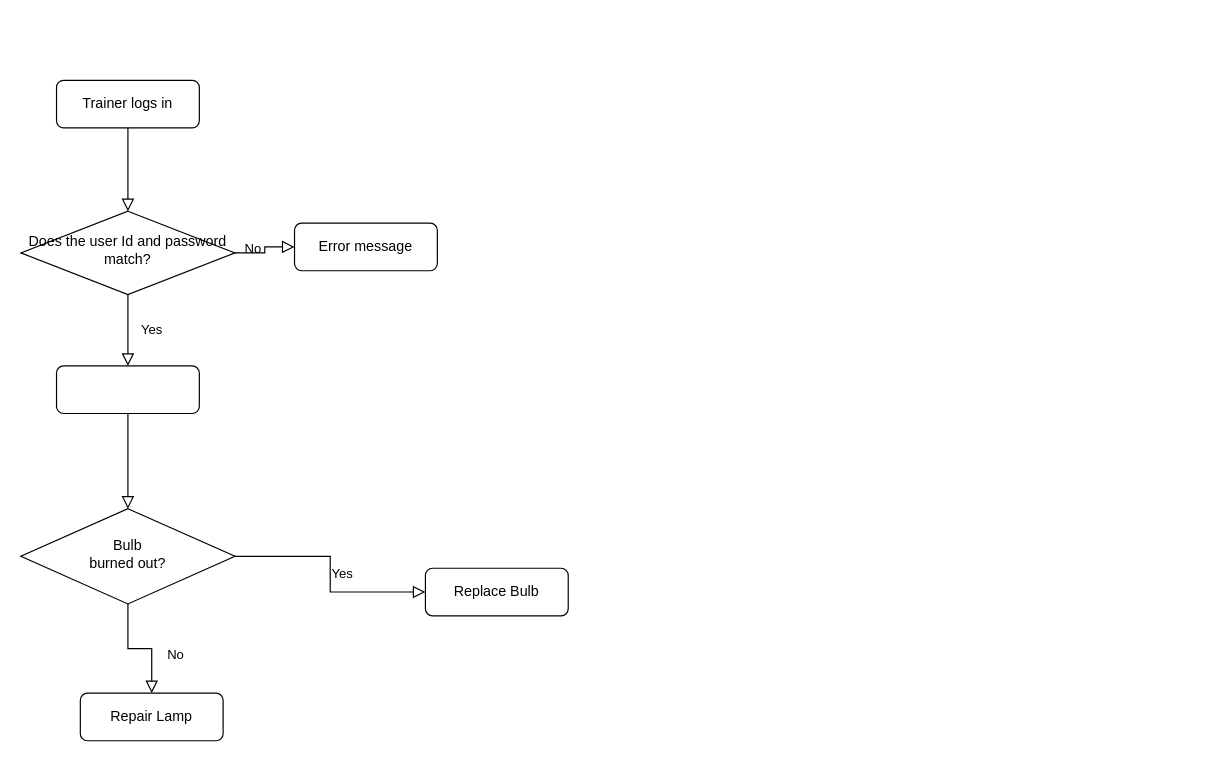
The draw.io diagram flowchart.drawio in jimvic37/Jump-Jun-23-Capstone-Team1, before the edit. Source tidied: cells renumbered, new cells numbered last; positions are measured from the earlier drawing's top-left corner, leaving out a move shared by most shapes. Both pictures are drawn from the tidied source at 119%, with x=0, y=0 at pixel (20, 80).
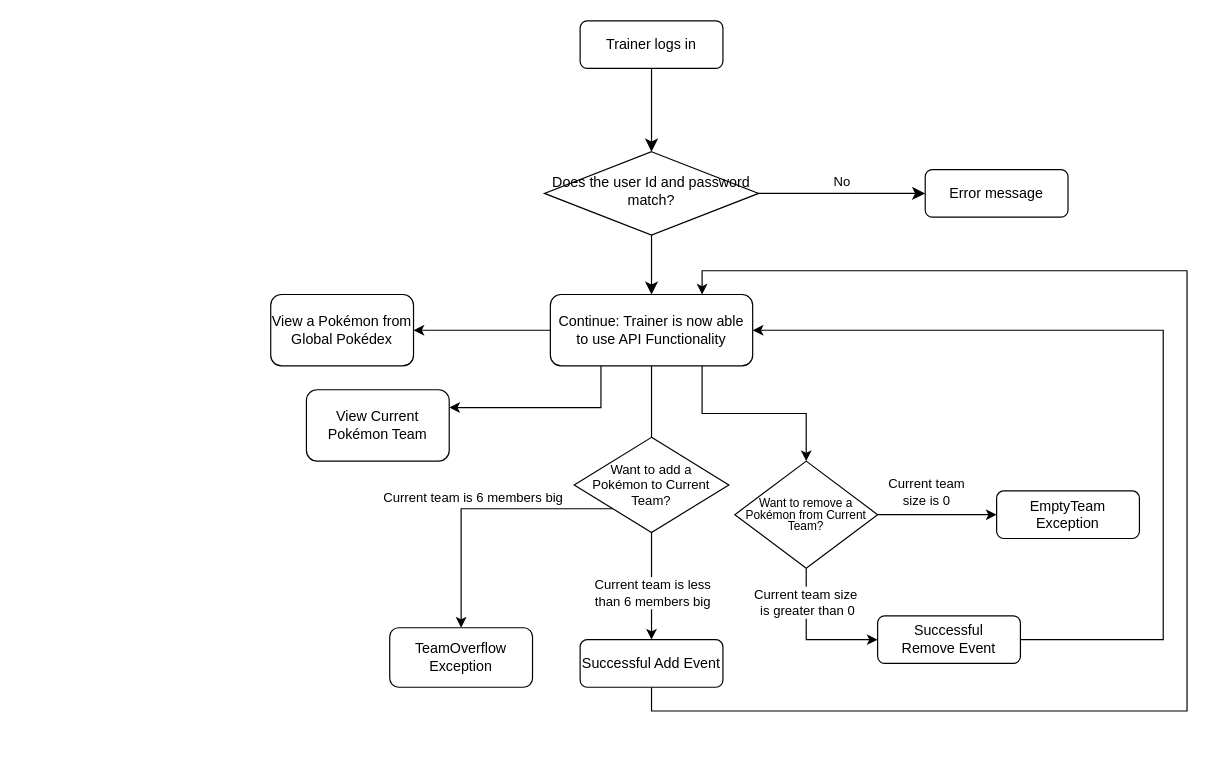
The same diagram, later.

What changed in the source:
```diff
@@
-    <mxCell id="2" style="rounded=0;html=1;jettySize=auto;fontSize=11;endArrow=block;endFill=0;endSize=8;strokeWidth=1;shadow=0;labelBackgroundColor=none;edgeStyle=orthogonalEdgeStyle;" parent="1" edge="1" source="3" target="6">
+    <mxCell id="2" style="rounded=0;html=1;jettySize=auto;fontSize=11;endArrow=classic;endFill=1;endSize=8;strokeWidth=1;shadow=0;labelBackgroundColor=none;edgeStyle=orthogonalEdgeStyle;" parent="1" edge="1" source="3" target="6">
       <mxGeometry relative="1" as="geometry" />
     </mxCell>
     <mxCell id="3" value="Trainer logs in" style="rounded=1;whiteSpace=wrap;html=1;fontSize=12;glass=0;strokeWidth=1;shadow=0;" parent="1" vertex="1">
-      <mxGeometry x="30" width="120" height="40" as="geometry" />
+      <mxGeometry x="470" y="-50" width="120" height="40" as="geometry" />
     </mxCell>
-    <mxCell id="4" value="Yes" style="rounded=0;html=1;jettySize=auto;fontSize=11;endArrow=block;endFill=0;endSize=8;strokeWidth=1;shadow=0;labelBackgroundColor=none;edgeStyle=orthogonalEdgeStyle;" parent="1" edge="1" source="14" target="10">
+    <mxCell id="4" style="rounded=0;html=1;jettySize=auto;fontSize=11;endArrow=classic;endFill=1;strokeWidth=1;shadow=0;labelBackgroundColor=none;edgeStyle=orthogonalEdgeStyle;entryX=1;entryY=0.5;entryDx=0;entryDy=0;" parent="1" edge="1" source="14" target="28">
       <mxGeometry x="-1" y="73" relative="1" as="geometry">
         <mxPoint x="-53" y="-70" as="offset" />
       </mxGeometry>
     </mxCell>
-    <mxCell id="5" value="No" style="edgeStyle=orthogonalEdgeStyle;rounded=0;html=1;jettySize=auto;fontSize=11;endArrow=block;endFill=0;endSize=8;strokeWidth=1;shadow=0;labelBackgroundColor=none;" parent="1" edge="1" source="6" target="7">
+    <mxCell id="5" value="No" style="edgeStyle=orthogonalEdgeStyle;rounded=0;html=1;jettySize=auto;fontSize=11;endArrow=classic;endFill=1;endSize=8;strokeWidth=1;shadow=0;labelBackgroundColor=none;" parent="1" edge="1" source="6" target="7">
       <mxGeometry y="10" relative="1" as="geometry" />
     </mxCell>
     <mxCell id="6" value="Does the user Id and password match?" style="rhombus;whiteSpace=wrap;html=1;shadow=0;fontFamily=Helvetica;fontSize=12;align=center;strokeWidth=1;spacing=6;spacingTop=-4;" parent="1" vertex="1">
-      <mxGeometry y="110" width="180" height="70" as="geometry" />
+      <mxGeometry x="440" y="60" width="180" height="70" as="geometry" />
     </mxCell>
     <mxCell id="7" value="Error message" style="rounded=1;whiteSpace=wrap;html=1;fontSize=12;glass=0;strokeWidth=1;shadow=0;" parent="1" vertex="1">
-      <mxGeometry x="230" y="120" width="120" height="40" as="geometry" />
+      <mxGeometry x="760" y="75" width="120" height="40" as="geometry" />
     </mxCell>
-    <mxCell id="8" value="No" style="rounded=0;html=1;jettySize=auto;fontSize=11;endArrow=block;endFill=0;endSize=8;strokeWidth=1;shadow=0;labelBackgroundColor=none;edgeStyle=orthogonalEdgeStyle;" parent="1" edge="1" source="10" target="11">
-      <mxGeometry x="0.33" y="20" relative="1" as="geometry" />
-    </mxCell>
-    <mxCell id="9" value="Yes" style="edgeStyle=orthogonalEdgeStyle;rounded=0;html=1;jettySize=auto;fontSize=11;endArrow=block;endFill=0;endSize=8;strokeWidth=1;shadow=0;labelBackgroundColor=none;" parent="1" edge="1" source="10" target="12">
-      <mxGeometry y="10" relative="1" as="geometry" />
-    </mxCell>
-    <mxCell id="10" value="Bulb&lt;br&gt;burned out?" style="rhombus;whiteSpace=wrap;html=1;shadow=0;fontFamily=Helvetica;fontSize=12;align=center;strokeWidth=1;spacing=6;spacingTop=-4;" parent="1" vertex="1">
-      <mxGeometry y="360" width="180" height="80" as="geometry" />
-    </mxCell>
-    <mxCell id="11" value="Repair Lamp" style="rounded=1;whiteSpace=wrap;html=1;fontSize=12;glass=0;strokeWidth=1;shadow=0;" parent="1" vertex="1">
-      <mxGeometry x="50" y="515" width="120" height="40" as="geometry" />
-    </mxCell>
-    <mxCell id="12" value="Replace Bulb" style="rounded=1;whiteSpace=wrap;html=1;fontSize=12;glass=0;strokeWidth=1;shadow=0;" parent="1" vertex="1">
-      <mxGeometry x="340" y="410" width="120" height="40" as="geometry" />
-    </mxCell>
-    <mxCell id="13" style="rounded=0;html=1;jettySize=auto;fontSize=11;endArrow=block;endFill=0;endSize=8;strokeWidth=1;shadow=0;labelBackgroundColor=none;edgeStyle=orthogonalEdgeStyle;" parent="1" edge="1" source="6" target="14">
+    <mxCell id="13" style="rounded=0;html=1;jettySize=auto;fontSize=11;endArrow=classic;endFill=1;endSize=8;strokeWidth=1;shadow=0;labelBackgroundColor=none;edgeStyle=orthogonalEdgeStyle;" parent="1" edge="1" source="6" target="14">
       <mxGeometry y="20" relative="1" as="geometry" />
     </mxCell>
+    <mxCell id="15" style="edgeStyle=orthogonalEdgeStyle;rounded=0;jettySize=auto;html=1;exitX=0.25;exitY=1;exitDx=0;exitDy=0;entryX=0.25;entryY=0;entryDx=0;entryDy=0;" parent="1" edge="1" source="14" target="29">
+      <mxGeometry relative="1" as="geometry" />
+    </mxCell>
+    <mxCell id="16" style="edgeStyle=orthogonalEdgeStyle;rounded=0;jettySize=auto;html=1;exitX=0.5;exitY=1;exitDx=0;exitDy=0;entryX=0.5;entryY=0;entryDx=0;entryDy=0;" parent="1" edge="1" source="14" target="22">
+      <mxGeometry relative="1" as="geometry">
+        <Array as="points">
+          <mxPoint x="530" y="340" />
+          <mxPoint x="530" y="340" />
+        </Array>
+      </mxGeometry>
+    </mxCell>
+    <mxCell id="17" style="edgeStyle=orthogonalEdgeStyle;rounded=0;jettySize=auto;html=1;exitX=0.75;exitY=1;exitDx=0;exitDy=0;entryX=0.5;entryY=0;entryDx=0;entryDy=0;" parent="1" edge="1" source="14" target="27">
+      <mxGeometry relative="1" as="geometry" />
+    </mxCell>
-    <mxCell id="14" style="rounded=1;whiteSpace=wrap;html=1;fontSize=12;glass=0;strokeWidth=1;shadow=0;" parent="1" vertex="1">
-      <mxGeometry x="30" y="240" width="120" height="40" as="geometry" />
+    <mxCell id="14" value="Continue: Trainer is now able to use API Functionality" style="rounded=1;whiteSpace=wrap;html=1;fontSize=12;glass=0;strokeWidth=1;shadow=0;" parent="1" vertex="1">
+      <mxGeometry x="445" y="180" width="170" height="60" as="geometry" />
     </mxCell>
+    <mxCell id="18" style="edgeStyle=orthogonalEdgeStyle;rounded=0;jettySize=auto;html=1;exitX=0;exitY=1;exitDx=0;exitDy=0;entryX=0.5;entryY=0;entryDx=0;entryDy=0;" parent="1" edge="1" source="22" target="30">
+      <mxGeometry relative="1" as="geometry" />
+    </mxCell>
+    <mxCell id="19" value="Current team is 6 members big" style="edgeLabel;html=1;align=center;verticalAlign=middle;" parent="18" vertex="1">
+      <mxGeometry x="-0.21" y="1" relative="1" as="geometry">
+        <mxPoint x="-28" y="-11" as="offset" />
+      </mxGeometry>
+    </mxCell>
+    <mxCell id="20" style="edgeStyle=orthogonalEdgeStyle;rounded=0;jettySize=auto;html=1;exitX=0.5;exitY=1;exitDx=0;exitDy=0;entryX=0.5;entryY=0;entryDx=0;entryDy=0;" parent="1" edge="1" source="22" target="32">
+      <mxGeometry relative="1" as="geometry" />
+    </mxCell>
+    <mxCell id="21" value="&lt;div&gt;Current team is less&lt;/div&gt;&lt;div&gt;than 6 members big&lt;/div&gt;" style="edgeLabel;html=1;align=center;verticalAlign=middle;" parent="20" vertex="1">
+      <mxGeometry x="-0.33" relative="1" as="geometry">
+        <mxPoint y="20" as="offset" />
+      </mxGeometry>
+    </mxCell>
+    <mxCell id="22" value="&lt;div style=&quot;font-size: 11px;&quot;&gt;&lt;font style=&quot;font-size: 11px;&quot;&gt;Want to add a&lt;/font&gt;&lt;/div&gt;&lt;div style=&quot;font-size: 11px;&quot;&gt;&lt;font style=&quot;font-size: 11px;&quot;&gt;Pokémon to Current Team?&lt;font style=&quot;font-size: 11px;&quot;&gt;&lt;br&gt;&lt;/font&gt;&lt;/font&gt;&lt;/div&gt;" style="rhombus;whiteSpace=wrap;html=1;" parent="1" vertex="1">
+      <mxGeometry x="465" y="300" width="130" height="80" as="geometry" />
+    </mxCell>
+    <mxCell id="23" style="edgeStyle=orthogonalEdgeStyle;rounded=0;jettySize=auto;html=1;exitX=1;exitY=0.5;exitDx=0;exitDy=0;entryX=0;entryY=0.5;entryDx=0;entryDy=0;" parent="1" edge="1" source="27" target="33">
+      <mxGeometry relative="1" as="geometry" />
+    </mxCell>
+    <mxCell id="24" value="&lt;div&gt;Current team&lt;/div&gt;&lt;div&gt;size is 0&lt;/div&gt;" style="edgeLabel;html=1;align=center;verticalAlign=middle;" parent="23" vertex="1">
+      <mxGeometry x="-0.5" y="3" relative="1" as="geometry">
+        <mxPoint x="15" y="-17" as="offset" />
+      </mxGeometry>
+    </mxCell>
+    <mxCell id="25" style="edgeStyle=orthogonalEdgeStyle;rounded=0;jettySize=auto;html=1;exitX=0.5;exitY=1;exitDx=0;exitDy=0;entryX=0;entryY=0.5;entryDx=0;entryDy=0;" parent="1" edge="1" source="27" target="35">
+      <mxGeometry relative="1" as="geometry" />
+    </mxCell>
+    <mxCell id="26" value="&lt;div&gt;Current team size&amp;nbsp;&lt;/div&gt;&lt;div&gt;is greater than 0&lt;/div&gt;" style="edgeLabel;html=1;align=center;verticalAlign=middle;" parent="25" vertex="1">
+      <mxGeometry x="-0.53" relative="1" as="geometry" />
+    </mxCell>
+    <mxCell id="27" value="&lt;p style=&quot;line-height: 80%;&quot;&gt;&lt;font style=&quot;font-size: 10px;&quot;&gt;Want to remove a Pokémon from Current Team?&lt;/font&gt;&lt;/p&gt;" style="rhombus;whiteSpace=wrap;html=1;" parent="1" vertex="1">
+      <mxGeometry x="600" y="320" width="120" height="90" as="geometry" />
+    </mxCell>
+    <mxCell id="28" value="View a Pokémon from Global Pokédex" style="rounded=1;whiteSpace=wrap;html=1;" parent="1" vertex="1">
+      <mxGeometry x="210" y="180" width="120" height="60" as="geometry" />
+    </mxCell>
+    <mxCell id="29" value="View Current Pokémon Team" style="rounded=1;whiteSpace=wrap;html=1;direction=south;" parent="1" vertex="1">
+      <mxGeometry x="240" y="260" width="120" height="60" as="geometry" />
+    </mxCell>
+    <mxCell id="30" value="TeamOverflow Exception" style="rounded=1;whiteSpace=wrap;html=1;" parent="1" vertex="1">
+      <mxGeometry x="310" y="460" width="120" height="50" as="geometry" />
+    </mxCell>
+    <mxCell id="31" style="edgeStyle=orthogonalEdgeStyle;rounded=0;jettySize=auto;html=1;exitX=0.5;exitY=1;exitDx=0;exitDy=0;entryX=0.75;entryY=0;entryDx=0;entryDy=0;" parent="1" edge="1" source="32" target="14">
+      <mxGeometry relative="1" as="geometry">
+        <Array as="points">
+          <mxPoint x="530" y="530" />
+          <mxPoint x="980" y="530" />
+          <mxPoint x="980" y="160" />
+          <mxPoint x="573" y="160" />
+        </Array>
+      </mxGeometry>
+    </mxCell>
+    <mxCell id="32" value="Successful Add Event" style="rounded=1;whiteSpace=wrap;html=1;" parent="1" vertex="1">
+      <mxGeometry x="470" y="470" width="120" height="40" as="geometry" />
+    </mxCell>
+    <mxCell id="33" value="EmptyTeam Exception" style="rounded=1;whiteSpace=wrap;html=1;" parent="1" vertex="1">
+      <mxGeometry x="820" y="345" width="120" height="40" as="geometry" />
+    </mxCell>
+    <mxCell id="34" style="edgeStyle=orthogonalEdgeStyle;rounded=0;jettySize=auto;html=1;exitX=1;exitY=0.5;exitDx=0;exitDy=0;entryX=1;entryY=0.5;entryDx=0;entryDy=0;" parent="1" edge="1" source="35" target="14">
+      <mxGeometry relative="1" as="geometry">
+        <Array as="points">
+          <mxPoint x="960" y="470" />
+          <mxPoint x="960" y="210" />
+        </Array>
+      </mxGeometry>
+    </mxCell>
+    <mxCell id="35" value="&lt;div&gt;Successful&lt;/div&gt;&lt;div&gt;Remove Event&lt;br&gt;&lt;/div&gt;" style="rounded=1;whiteSpace=wrap;html=1;" parent="1" vertex="1">
+      <mxGeometry x="720" y="450" width="120" height="40" as="geometry" />
+    </mxCell>
```
